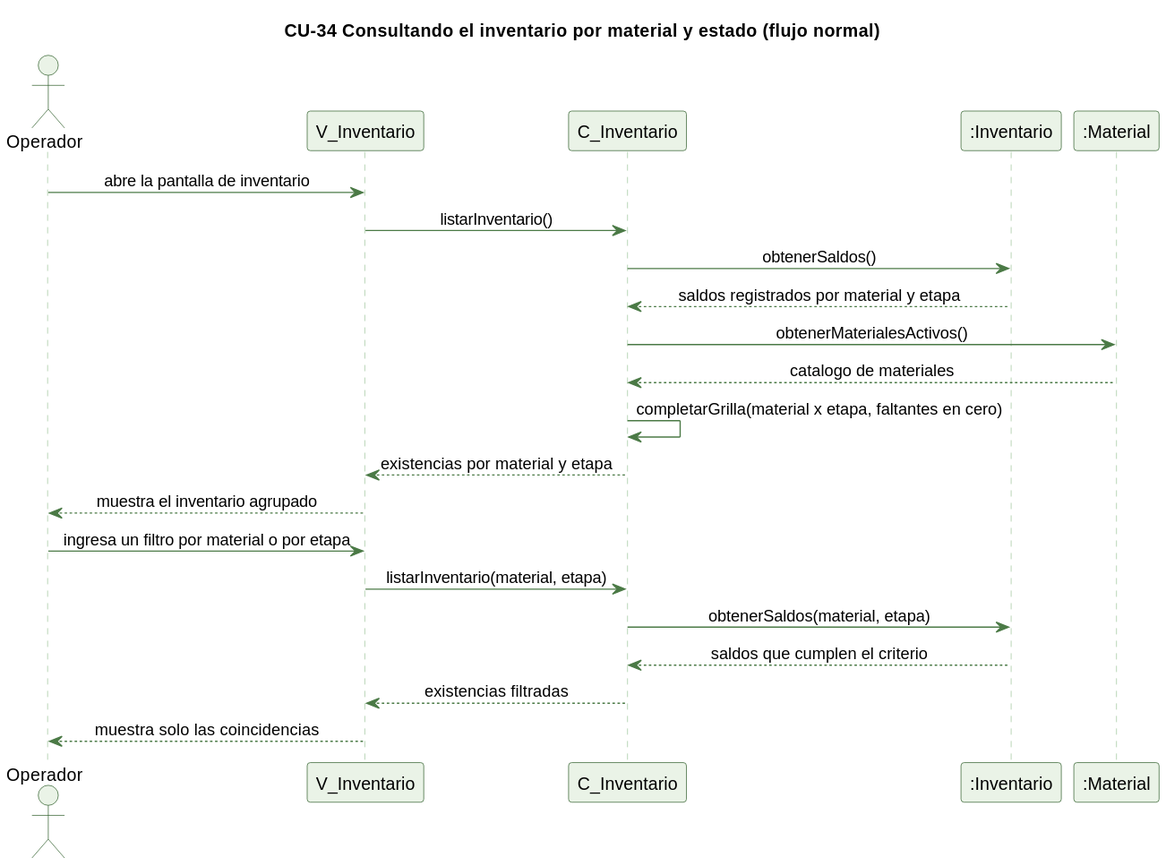
Before: docs/trabajo-grupal/diagramas/secuencias/cu34-inventario-consulta-normal.svg, a diagram exported from PlantUML (kenjikaese/Triverde). The source it was exported from:
```plantuml
@startuml
skinparam backgroundColor #FFFFFF
skinparam shadowing false
skinparam defaultFontName Helvetica
skinparam sequenceMessageAlign center
skinparam ParticipantBackgroundColor #EAF3E7
skinparam ParticipantBorderColor #2E5E2A
skinparam ActorBackgroundColor #EAF3E7
skinparam ActorBorderColor #2E5E2A
skinparam sequenceLifeLineBorderColor #9CC49A
skinparam ArrowColor #4B7A46

title CU-34 Consultando el inventario por material y estado (flujo normal)

actor Operador
participant "V_Inventario" as V
participant "C_Inventario" as C
participant ":Inventario" as I
participant ":Material" as M

Operador -> V : abre la pantalla de inventario
V -> C : listarInventario()
C -> I : obtenerSaldos()
I --> C : saldos registrados por material y etapa
C -> M : obtenerMaterialesActivos()
M --> C : catalogo de materiales
C -> C : completarGrilla(material x etapa, faltantes en cero)
C --> V : existencias por material y etapa
V --> Operador : muestra el inventario agrupado
Operador -> V : ingresa un filtro por material o por etapa
V -> C : listarInventario(material, etapa)
C -> I : obtenerSaldos(material, etapa)
I --> C : saldos que cumplen el criterio
C --> V : existencias filtradas
V --> Operador : muestra solo las coincidencias
@enduml
```
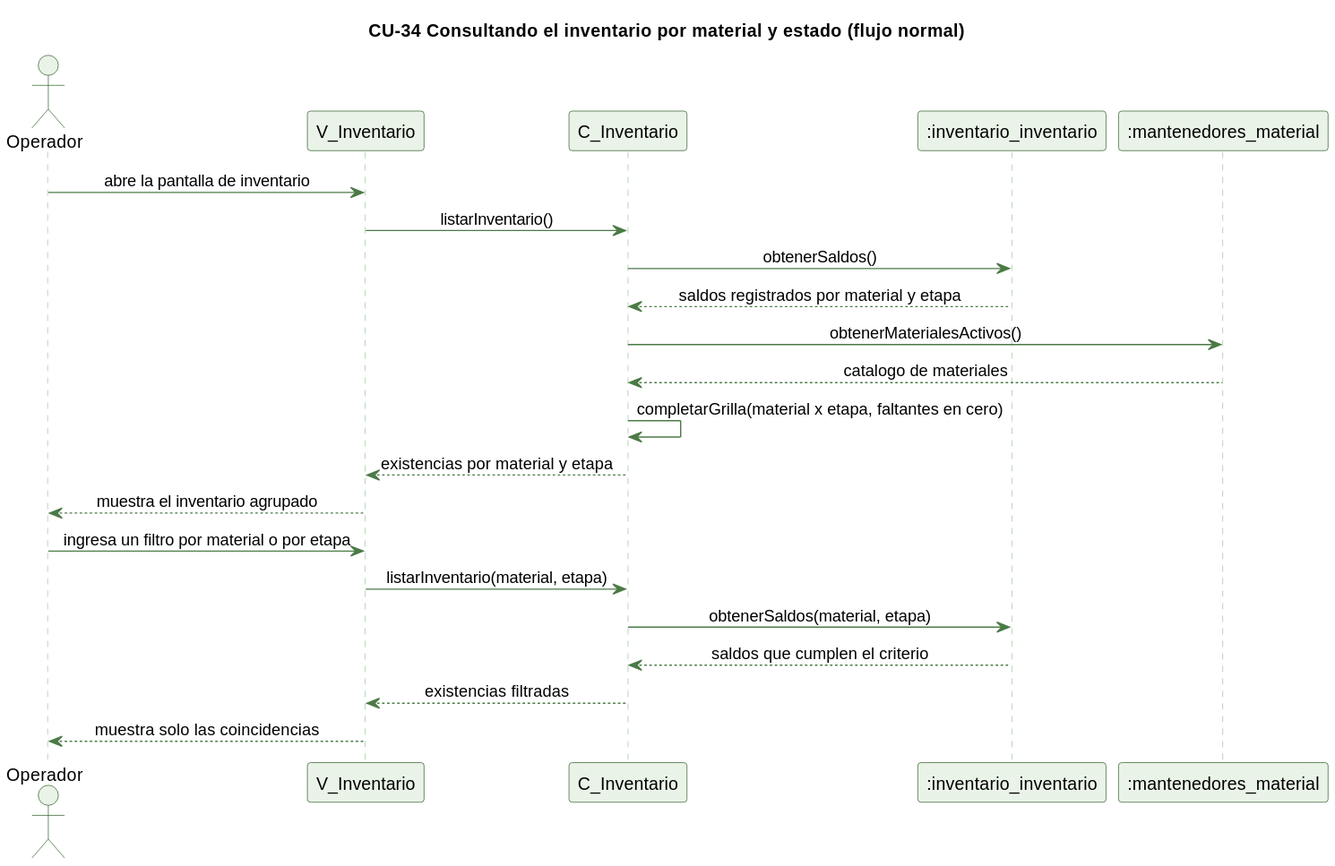
After the change.

Change to the diagram source:
```diff
@@ -15,8 +15,8 @@
 actor Operador
 participant "V_Inventario" as V
 participant "C_Inventario" as C
-participant ":Inventario" as I
-participant ":Material" as M
+participant ":inventario_inventario" as I
+participant ":mantenedores_material" as M
 
 Operador -> V : abre la pantalla de inventario
 V -> C : listarInventario()
```
